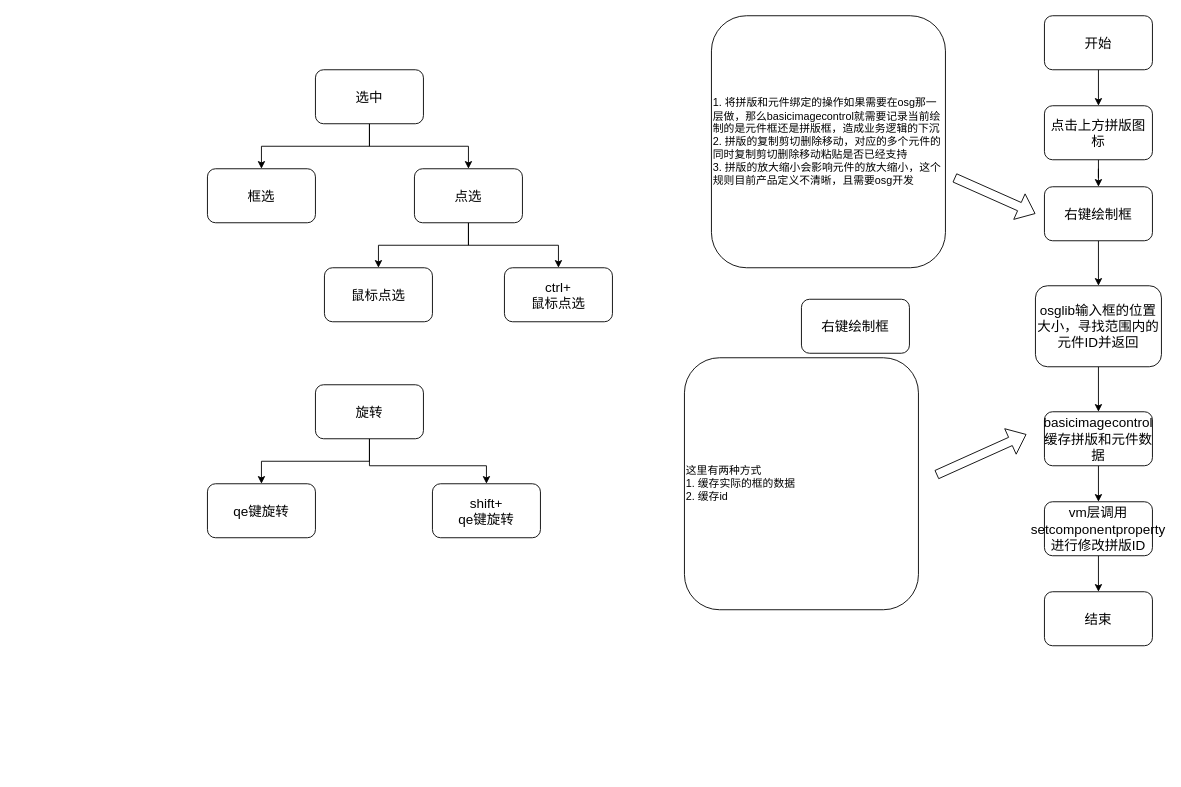
The draw.io diagram 新建拼版流程图.drawio in notThisMoment/drawIo, before the edit. Source tidied: cells renumbered, new cells numbered last; positions are measured from the earlier drawing's top-left corner, leaving out a move shared by most shapes. Both pictures are drawn from the tidied source at 90%, with x=0, y=0 at pixel (207, 15).
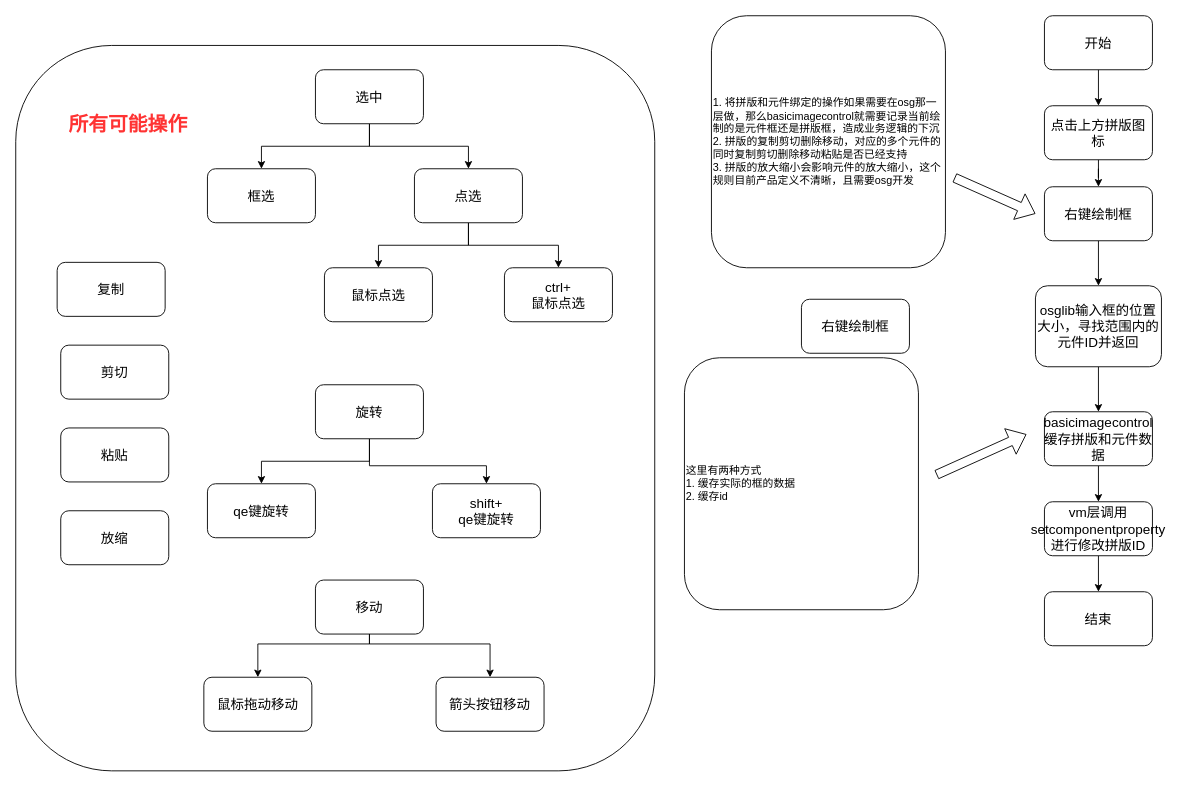
The same page after the edit.

Commit message:
更新新建拼版流程图.drawio

Change to the diagram source:
```diff
@@
+    <mxCell id="34" style="rounded=1;whiteSpace=wrap;html=1;" parent="1" vertex="1">
+      <mxGeometry x="-213" y="33" width="710" height="806" as="geometry" />
+    </mxCell>
@@
+    <mxCell id="35" style="edgeStyle=orthogonalEdgeStyle;rounded=0;jettySize=auto;html=1;entryX=0.5;entryY=0;entryDx=0;entryDy=0;" parent="1" edge="1" source="37" target="38">
+      <mxGeometry relative="1" as="geometry">
+        <Array as="points">
+          <mxPoint x="180" y="698" />
+          <mxPoint x="56" y="698" />
+        </Array>
+      </mxGeometry>
+    </mxCell>
+    <mxCell id="36" style="edgeStyle=orthogonalEdgeStyle;rounded=0;jettySize=auto;html=1;" parent="1" edge="1" source="37" target="39">
+      <mxGeometry relative="1" as="geometry">
+        <Array as="points">
+          <mxPoint x="180" y="698" />
+          <mxPoint x="314" y="698" />
+        </Array>
+      </mxGeometry>
+    </mxCell>
+    <mxCell id="37" value="移动" style="rounded=1;whiteSpace=wrap;html=1;fontSize=15;" parent="1" vertex="1">
+      <mxGeometry x="120" y="627" width="120" height="60" as="geometry" />
+    </mxCell>
+    <mxCell id="38" value="鼠标拖动移动" style="rounded=1;whiteSpace=wrap;html=1;fontSize=15;" parent="1" vertex="1">
+      <mxGeometry x="-4" y="735" width="120" height="60" as="geometry" />
+    </mxCell>
+    <mxCell id="39" value="箭头按钮移动" style="rounded=1;whiteSpace=wrap;html=1;fontSize=15;" parent="1" vertex="1">
+      <mxGeometry x="254" y="735" width="120" height="60" as="geometry" />
+    </mxCell>
+    <mxCell id="40" value="剪切" style="rounded=1;whiteSpace=wrap;html=1;fontSize=15;" parent="1" vertex="1">
+      <mxGeometry x="-163" y="366" width="120" height="60" as="geometry" />
+    </mxCell>
+    <mxCell id="41" value="复制" style="rounded=1;whiteSpace=wrap;html=1;fontSize=15;" parent="1" vertex="1">
+      <mxGeometry x="-167" y="274" width="120" height="60" as="geometry" />
+    </mxCell>
+    <mxCell id="42" value="粘贴" style="rounded=1;whiteSpace=wrap;html=1;fontSize=15;" parent="1" vertex="1">
+      <mxGeometry x="-163" y="458" width="120" height="60" as="geometry" />
+    </mxCell>
+    <mxCell id="43" value="放缩" style="rounded=1;whiteSpace=wrap;html=1;fontSize=15;" parent="1" vertex="1">
+      <mxGeometry x="-163" y="550" width="120" height="60" as="geometry" />
+    </mxCell>
+    <mxCell id="44" value="所有可能操作" style="text;html=1;strokeColor=none;fillColor=none;align=center;verticalAlign=middle;whiteSpace=wrap;rounded=0;fontSize=22;fontColor=#FF3333;fontStyle=1;" parent="1" vertex="1">
+      <mxGeometry x="-178" y="92" width="180" height="60" as="geometry" />
+    </mxCell>
```
